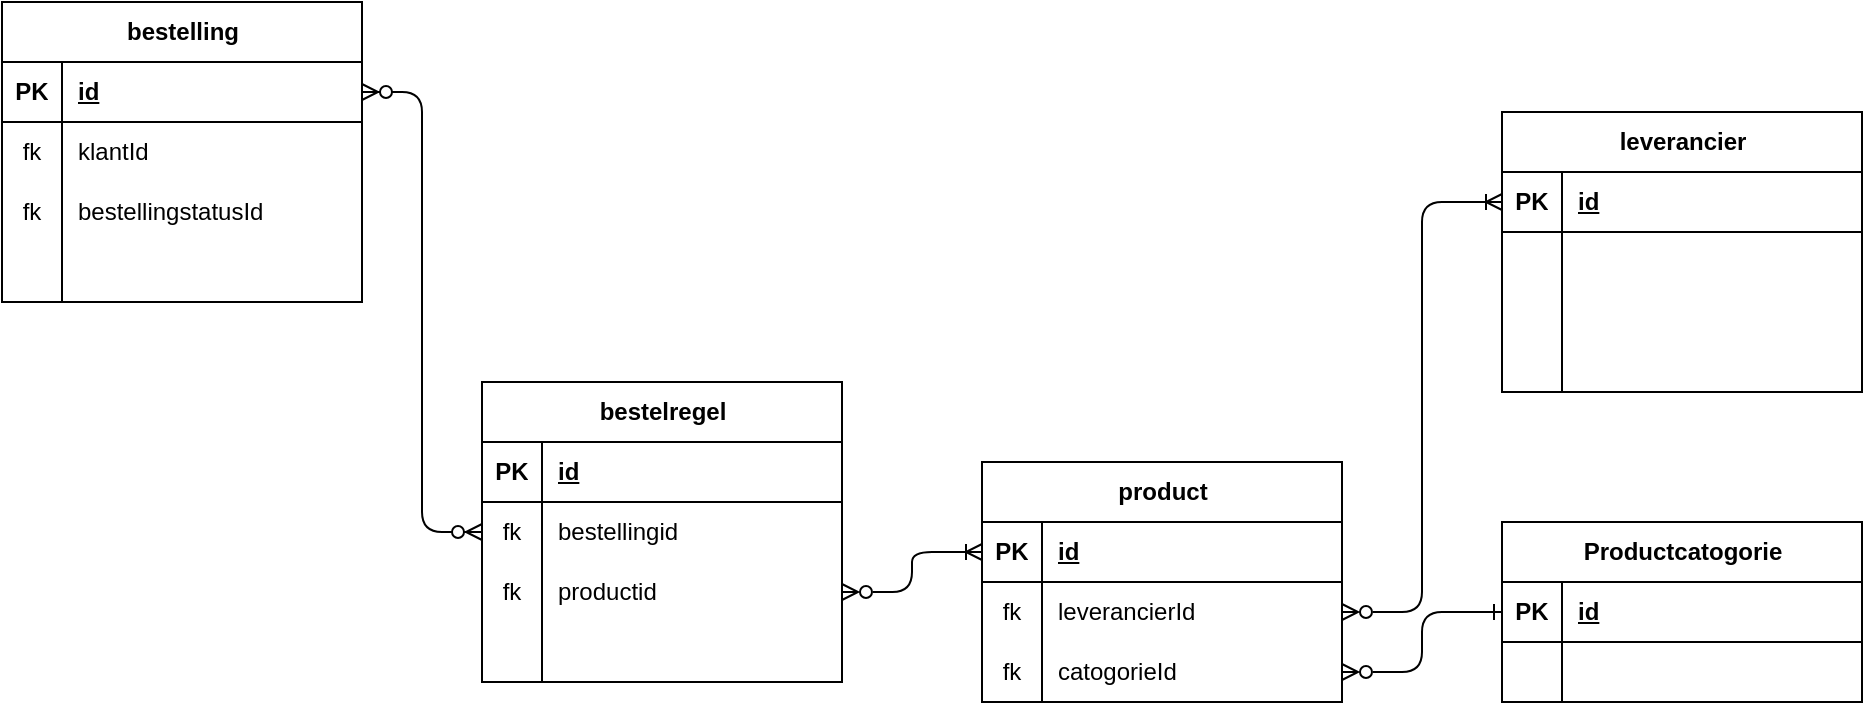
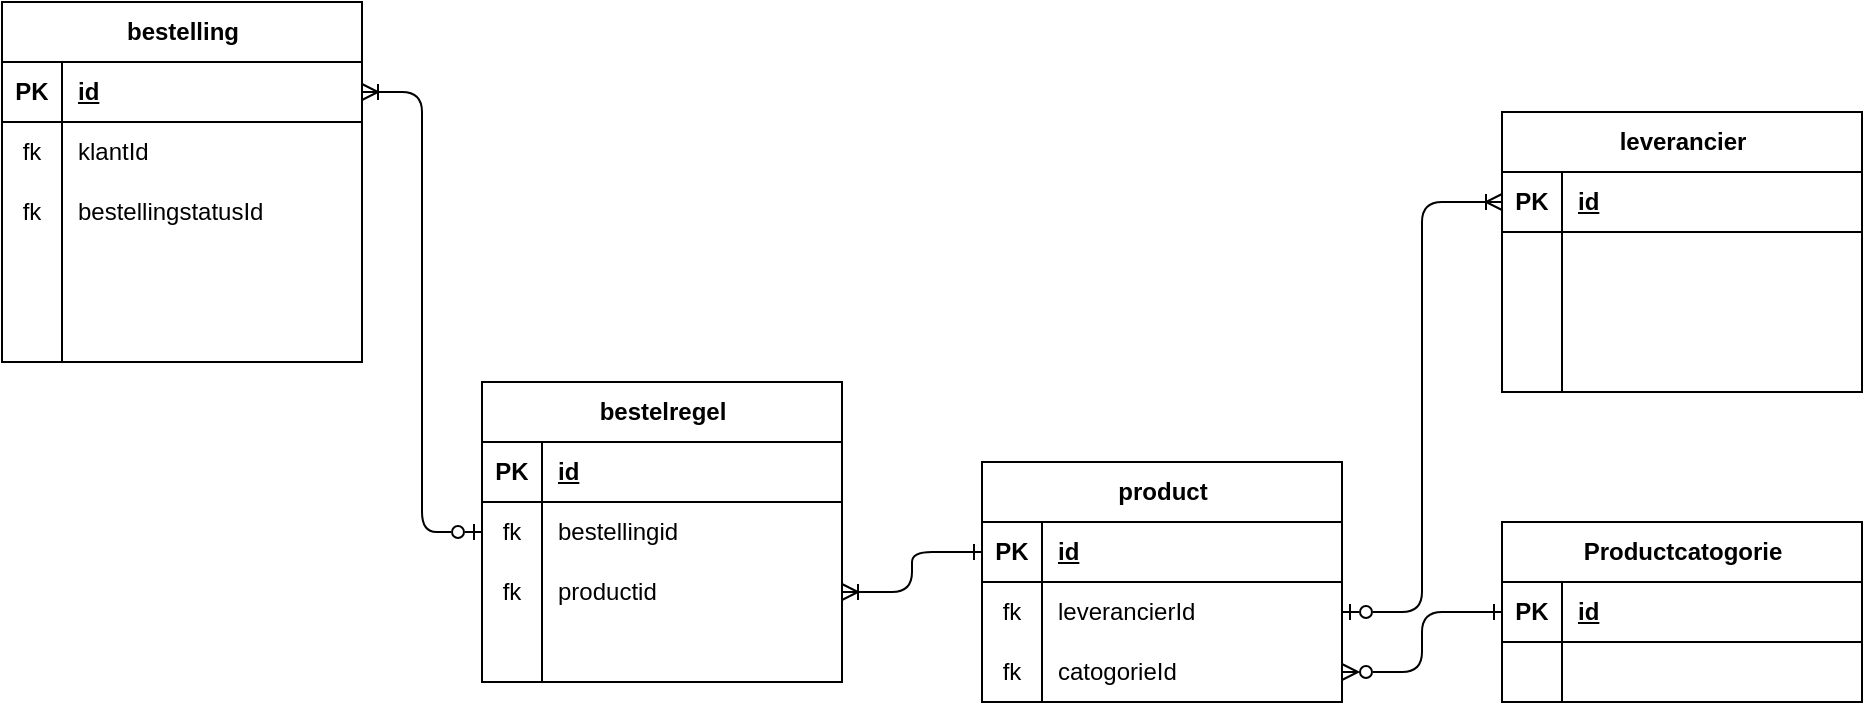
<mxfile host="65bd71144e">
    <diagram id="59lqQl915l9kdk1KjCTN" name="Page-1">
-         <mxGraphModel dx="206" dy="590" grid="1" gridSize="10" guides="1" tooltips="1" connect="1" arrows="1" fold="1" page="1" pageScale="1" pageWidth="850" pageHeight="1100" math="0" shadow="0">
+         <mxGraphModel dx="-137" dy="590" grid="1" gridSize="10" guides="1" tooltips="1" connect="1" arrows="1" fold="1" page="1" pageScale="1" pageWidth="850" pageHeight="1100" math="0" shadow="0">
            <root>
                <mxCell id="0"/>
                <mxCell id="1" parent="0"/>
                <mxCell id="120" value="leverancier" style="shape=table;startSize=30;container=1;collapsible=1;childLayout=tableLayout;fixedRows=1;rowLines=0;fontStyle=1;align=center;resizeLast=1;html=1;" parent="1" vertex="1">
                    <mxGeometry x="1680" y="775" width="180" height="140" as="geometry"/>
                </mxCell>
                <mxCell id="121" value="" style="shape=tableRow;horizontal=0;startSize=0;swimlaneHead=0;swimlaneBody=0;fillColor=none;collapsible=0;dropTarget=0;points=[[0,0.5],[1,0.5]];portConstraint=eastwest;top=0;left=0;right=0;bottom=1;" parent="120" vertex="1">
                    <mxGeometry y="30" width="180" height="30" as="geometry"/>
                </mxCell>
                <mxCell id="122" value="PK" style="shape=partialRectangle;connectable=0;fillColor=none;top=0;left=0;bottom=0;right=0;fontStyle=1;overflow=hidden;whiteSpace=wrap;html=1;" parent="121" vertex="1">
                    <mxGeometry width="30" height="30" as="geometry">
                        <mxRectangle width="30" height="30" as="alternateBounds"/>
                    </mxGeometry>
                </mxCell>
                <mxCell id="123" value="id" style="shape=partialRectangle;connectable=0;fillColor=none;top=0;left=0;bottom=0;right=0;align=left;spacingLeft=6;fontStyle=5;overflow=hidden;whiteSpace=wrap;html=1;" parent="121" vertex="1">
                    <mxGeometry x="30" width="150" height="30" as="geometry">
                        <mxRectangle width="150" height="30" as="alternateBounds"/>
                    </mxGeometry>
                </mxCell>
                <mxCell id="124" value="" style="shape=tableRow;horizontal=0;startSize=0;swimlaneHead=0;swimlaneBody=0;fillColor=none;collapsible=0;dropTarget=0;points=[[0,0.5],[1,0.5]];portConstraint=eastwest;top=0;left=0;right=0;bottom=0;" parent="120" vertex="1">
                    <mxGeometry y="60" width="180" height="30" as="geometry"/>
                </mxCell>
                <mxCell id="125" value="" style="shape=partialRectangle;connectable=0;fillColor=none;top=0;left=0;bottom=0;right=0;editable=1;overflow=hidden;whiteSpace=wrap;html=1;" parent="124" vertex="1">
                    <mxGeometry width="30" height="30" as="geometry">
                        <mxRectangle width="30" height="30" as="alternateBounds"/>
                    </mxGeometry>
                </mxCell>
                <mxCell id="126" value="" style="shape=partialRectangle;connectable=0;fillColor=none;top=0;left=0;bottom=0;right=0;align=left;spacingLeft=6;overflow=hidden;whiteSpace=wrap;html=1;" parent="124" vertex="1">
                    <mxGeometry x="30" width="150" height="30" as="geometry">
                        <mxRectangle width="150" height="30" as="alternateBounds"/>
                    </mxGeometry>
                </mxCell>
                <mxCell id="127" value="" style="shape=tableRow;horizontal=0;startSize=0;swimlaneHead=0;swimlaneBody=0;fillColor=none;collapsible=0;dropTarget=0;points=[[0,0.5],[1,0.5]];portConstraint=eastwest;top=0;left=0;right=0;bottom=0;" parent="120" vertex="1">
                    <mxGeometry y="90" width="180" height="20" as="geometry"/>
                </mxCell>
                <mxCell id="128" value="" style="shape=partialRectangle;connectable=0;fillColor=none;top=0;left=0;bottom=0;right=0;editable=1;overflow=hidden;whiteSpace=wrap;html=1;" parent="127" vertex="1">
                    <mxGeometry width="30" height="20" as="geometry">
                        <mxRectangle width="30" height="20" as="alternateBounds"/>
                    </mxGeometry>
                </mxCell>
                <mxCell id="129" value="" style="shape=partialRectangle;connectable=0;fillColor=none;top=0;left=0;bottom=0;right=0;align=left;spacingLeft=6;overflow=hidden;whiteSpace=wrap;html=1;" parent="127" vertex="1">
                    <mxGeometry x="30" width="150" height="20" as="geometry">
                        <mxRectangle width="150" height="20" as="alternateBounds"/>
                    </mxGeometry>
                </mxCell>
                <mxCell id="130" value="" style="shape=tableRow;horizontal=0;startSize=0;swimlaneHead=0;swimlaneBody=0;fillColor=none;collapsible=0;dropTarget=0;points=[[0,0.5],[1,0.5]];portConstraint=eastwest;top=0;left=0;right=0;bottom=0;" parent="120" vertex="1">
                    <mxGeometry y="110" width="180" height="30" as="geometry"/>
                </mxCell>
                <mxCell id="131" value="" style="shape=partialRectangle;connectable=0;fillColor=none;top=0;left=0;bottom=0;right=0;editable=1;overflow=hidden;whiteSpace=wrap;html=1;" parent="130" vertex="1">
                    <mxGeometry width="30" height="30" as="geometry">
                        <mxRectangle width="30" height="30" as="alternateBounds"/>
                    </mxGeometry>
                </mxCell>
                <mxCell id="132" value="" style="shape=partialRectangle;connectable=0;fillColor=none;top=0;left=0;bottom=0;right=0;align=left;spacingLeft=6;overflow=hidden;whiteSpace=wrap;html=1;" parent="130" vertex="1">
                    <mxGeometry x="30" width="150" height="30" as="geometry">
                        <mxRectangle width="150" height="30" as="alternateBounds"/>
                    </mxGeometry>
                </mxCell>
                <mxCell id="133" value="Productcatogorie" style="shape=table;startSize=30;container=1;collapsible=1;childLayout=tableLayout;fixedRows=1;rowLines=0;fontStyle=1;align=center;resizeLast=1;html=1;" parent="1" vertex="1">
                    <mxGeometry x="1680" y="980" width="180" height="90" as="geometry"/>
                </mxCell>
                <mxCell id="134" value="" style="shape=tableRow;horizontal=0;startSize=0;swimlaneHead=0;swimlaneBody=0;fillColor=none;collapsible=0;dropTarget=0;points=[[0,0.5],[1,0.5]];portConstraint=eastwest;top=0;left=0;right=0;bottom=1;" parent="133" vertex="1">
                    <mxGeometry y="30" width="180" height="30" as="geometry"/>
                </mxCell>
                <mxCell id="135" value="PK" style="shape=partialRectangle;connectable=0;fillColor=none;top=0;left=0;bottom=0;right=0;fontStyle=1;overflow=hidden;whiteSpace=wrap;html=1;" parent="134" vertex="1">
                    <mxGeometry width="30" height="30" as="geometry">
                        <mxRectangle width="30" height="30" as="alternateBounds"/>
                    </mxGeometry>
                </mxCell>
                <mxCell id="136" value="id" style="shape=partialRectangle;connectable=0;fillColor=none;top=0;left=0;bottom=0;right=0;align=left;spacingLeft=6;fontStyle=5;overflow=hidden;whiteSpace=wrap;html=1;" parent="134" vertex="1">
                    <mxGeometry x="30" width="150" height="30" as="geometry">
                        <mxRectangle width="150" height="30" as="alternateBounds"/>
                    </mxGeometry>
                </mxCell>
                <mxCell id="137" value="" style="shape=tableRow;horizontal=0;startSize=0;swimlaneHead=0;swimlaneBody=0;fillColor=none;collapsible=0;dropTarget=0;points=[[0,0.5],[1,0.5]];portConstraint=eastwest;top=0;left=0;right=0;bottom=0;" parent="133" vertex="1">
                    <mxGeometry y="60" width="180" height="30" as="geometry"/>
                </mxCell>
                <mxCell id="138" value="" style="shape=partialRectangle;connectable=0;fillColor=none;top=0;left=0;bottom=0;right=0;editable=1;overflow=hidden;whiteSpace=wrap;html=1;" parent="137" vertex="1">
                    <mxGeometry width="30" height="30" as="geometry">
                        <mxRectangle width="30" height="30" as="alternateBounds"/>
                    </mxGeometry>
                </mxCell>
                <mxCell id="139" value="" style="shape=partialRectangle;connectable=0;fillColor=none;top=0;left=0;bottom=0;right=0;align=left;spacingLeft=6;overflow=hidden;whiteSpace=wrap;html=1;" parent="137" vertex="1">
                    <mxGeometry x="30" width="150" height="30" as="geometry">
                        <mxRectangle width="150" height="30" as="alternateBounds"/>
                    </mxGeometry>
                </mxCell>
                <mxCell id="140" value="product" style="shape=table;startSize=30;container=1;collapsible=1;childLayout=tableLayout;fixedRows=1;rowLines=0;fontStyle=1;align=center;resizeLast=1;html=1;" parent="1" vertex="1">
                    <mxGeometry x="1420" y="950" width="180" height="120" as="geometry"/>
                </mxCell>
                <mxCell id="141" value="" style="shape=tableRow;horizontal=0;startSize=0;swimlaneHead=0;swimlaneBody=0;fillColor=none;collapsible=0;dropTarget=0;points=[[0,0.5],[1,0.5]];portConstraint=eastwest;top=0;left=0;right=0;bottom=1;" parent="140" vertex="1">
                    <mxGeometry y="30" width="180" height="30" as="geometry"/>
                </mxCell>
                <mxCell id="142" value="PK" style="shape=partialRectangle;connectable=0;fillColor=none;top=0;left=0;bottom=0;right=0;fontStyle=1;overflow=hidden;whiteSpace=wrap;html=1;" parent="141" vertex="1">
                    <mxGeometry width="30" height="30" as="geometry">
                        <mxRectangle width="30" height="30" as="alternateBounds"/>
                    </mxGeometry>
                </mxCell>
                <mxCell id="143" value="id" style="shape=partialRectangle;connectable=0;fillColor=none;top=0;left=0;bottom=0;right=0;align=left;spacingLeft=6;fontStyle=5;overflow=hidden;whiteSpace=wrap;html=1;" parent="141" vertex="1">
                    <mxGeometry x="30" width="150" height="30" as="geometry">
                        <mxRectangle width="150" height="30" as="alternateBounds"/>
                    </mxGeometry>
                </mxCell>
                <mxCell id="144" value="" style="shape=tableRow;horizontal=0;startSize=0;swimlaneHead=0;swimlaneBody=0;fillColor=none;collapsible=0;dropTarget=0;points=[[0,0.5],[1,0.5]];portConstraint=eastwest;top=0;left=0;right=0;bottom=0;" parent="140" vertex="1">
                    <mxGeometry y="60" width="180" height="30" as="geometry"/>
                </mxCell>
                <mxCell id="145" value="fk" style="shape=partialRectangle;connectable=0;fillColor=none;top=0;left=0;bottom=0;right=0;editable=1;overflow=hidden;whiteSpace=wrap;html=1;" parent="144" vertex="1">
                    <mxGeometry width="30" height="30" as="geometry">
                        <mxRectangle width="30" height="30" as="alternateBounds"/>
                    </mxGeometry>
                </mxCell>
                <mxCell id="146" value="leverancierId" style="shape=partialRectangle;connectable=0;fillColor=none;top=0;left=0;bottom=0;right=0;align=left;spacingLeft=6;overflow=hidden;whiteSpace=wrap;html=1;" parent="144" vertex="1">
                    <mxGeometry x="30" width="150" height="30" as="geometry">
                        <mxRectangle width="150" height="30" as="alternateBounds"/>
                    </mxGeometry>
                </mxCell>
                <mxCell id="147" value="" style="shape=tableRow;horizontal=0;startSize=0;swimlaneHead=0;swimlaneBody=0;fillColor=none;collapsible=0;dropTarget=0;points=[[0,0.5],[1,0.5]];portConstraint=eastwest;top=0;left=0;right=0;bottom=0;" parent="140" vertex="1">
                    <mxGeometry y="90" width="180" height="30" as="geometry"/>
                </mxCell>
                <mxCell id="148" value="fk" style="shape=partialRectangle;connectable=0;fillColor=none;top=0;left=0;bottom=0;right=0;editable=1;overflow=hidden;whiteSpace=wrap;html=1;" parent="147" vertex="1">
                    <mxGeometry width="30" height="30" as="geometry">
                        <mxRectangle width="30" height="30" as="alternateBounds"/>
                    </mxGeometry>
                </mxCell>
                <mxCell id="149" value="catogorieId" style="shape=partialRectangle;connectable=0;fillColor=none;top=0;left=0;bottom=0;right=0;align=left;spacingLeft=6;overflow=hidden;whiteSpace=wrap;html=1;" parent="147" vertex="1">
                    <mxGeometry x="30" width="150" height="30" as="geometry">
                        <mxRectangle width="150" height="30" as="alternateBounds"/>
                    </mxGeometry>
                </mxCell>
                <mxCell id="163" value="bestelregel" style="shape=table;startSize=30;container=1;collapsible=1;childLayout=tableLayout;fixedRows=1;rowLines=0;fontStyle=1;align=center;resizeLast=1;html=1;" parent="1" vertex="1">
                    <mxGeometry x="1170" y="910" width="180" height="150" as="geometry"/>
                </mxCell>
                <mxCell id="164" value="" style="shape=tableRow;horizontal=0;startSize=0;swimlaneHead=0;swimlaneBody=0;fillColor=none;collapsible=0;dropTarget=0;points=[[0,0.5],[1,0.5]];portConstraint=eastwest;top=0;left=0;right=0;bottom=1;" parent="163" vertex="1">
                    <mxGeometry y="30" width="180" height="30" as="geometry"/>
                </mxCell>
                <mxCell id="165" value="PK" style="shape=partialRectangle;connectable=0;fillColor=none;top=0;left=0;bottom=0;right=0;fontStyle=1;overflow=hidden;whiteSpace=wrap;html=1;" parent="164" vertex="1">
                    <mxGeometry width="30" height="30" as="geometry">
                        <mxRectangle width="30" height="30" as="alternateBounds"/>
                    </mxGeometry>
                </mxCell>
                <mxCell id="166" value="id" style="shape=partialRectangle;connectable=0;fillColor=none;top=0;left=0;bottom=0;right=0;align=left;spacingLeft=6;fontStyle=5;overflow=hidden;whiteSpace=wrap;html=1;" parent="164" vertex="1">
                    <mxGeometry x="30" width="150" height="30" as="geometry">
                        <mxRectangle width="150" height="30" as="alternateBounds"/>
                    </mxGeometry>
                </mxCell>
                <mxCell id="167" value="" style="shape=tableRow;horizontal=0;startSize=0;swimlaneHead=0;swimlaneBody=0;fillColor=none;collapsible=0;dropTarget=0;points=[[0,0.5],[1,0.5]];portConstraint=eastwest;top=0;left=0;right=0;bottom=0;" parent="163" vertex="1">
                    <mxGeometry y="60" width="180" height="30" as="geometry"/>
                </mxCell>
                <mxCell id="168" value="fk" style="shape=partialRectangle;connectable=0;fillColor=none;top=0;left=0;bottom=0;right=0;editable=1;overflow=hidden;whiteSpace=wrap;html=1;" parent="167" vertex="1">
                    <mxGeometry width="30" height="30" as="geometry">
                        <mxRectangle width="30" height="30" as="alternateBounds"/>
                    </mxGeometry>
                </mxCell>
                <mxCell id="169" value="bestellingid" style="shape=partialRectangle;connectable=0;fillColor=none;top=0;left=0;bottom=0;right=0;align=left;spacingLeft=6;overflow=hidden;whiteSpace=wrap;html=1;" parent="167" vertex="1">
                    <mxGeometry x="30" width="150" height="30" as="geometry">
                        <mxRectangle width="150" height="30" as="alternateBounds"/>
                    </mxGeometry>
                </mxCell>
                <mxCell id="170" value="" style="shape=tableRow;horizontal=0;startSize=0;swimlaneHead=0;swimlaneBody=0;fillColor=none;collapsible=0;dropTarget=0;points=[[0,0.5],[1,0.5]];portConstraint=eastwest;top=0;left=0;right=0;bottom=0;" parent="163" vertex="1">
                    <mxGeometry y="90" width="180" height="30" as="geometry"/>
                </mxCell>
                <mxCell id="171" value="fk" style="shape=partialRectangle;connectable=0;fillColor=none;top=0;left=0;bottom=0;right=0;editable=1;overflow=hidden;whiteSpace=wrap;html=1;" parent="170" vertex="1">
                    <mxGeometry width="30" height="30" as="geometry">
                        <mxRectangle width="30" height="30" as="alternateBounds"/>
                    </mxGeometry>
                </mxCell>
                <mxCell id="172" value="productid" style="shape=partialRectangle;connectable=0;fillColor=none;top=0;left=0;bottom=0;right=0;align=left;spacingLeft=6;overflow=hidden;whiteSpace=wrap;html=1;" parent="170" vertex="1">
                    <mxGeometry x="30" width="150" height="30" as="geometry">
                        <mxRectangle width="150" height="30" as="alternateBounds"/>
                    </mxGeometry>
                </mxCell>
                <mxCell id="173" value="" style="shape=tableRow;horizontal=0;startSize=0;swimlaneHead=0;swimlaneBody=0;fillColor=none;collapsible=0;dropTarget=0;points=[[0,0.5],[1,0.5]];portConstraint=eastwest;top=0;left=0;right=0;bottom=0;" parent="163" vertex="1">
                    <mxGeometry y="120" width="180" height="30" as="geometry"/>
                </mxCell>
                <mxCell id="174" value="" style="shape=partialRectangle;connectable=0;fillColor=none;top=0;left=0;bottom=0;right=0;editable=1;overflow=hidden;whiteSpace=wrap;html=1;" parent="173" vertex="1">
                    <mxGeometry width="30" height="30" as="geometry">
                        <mxRectangle width="30" height="30" as="alternateBounds"/>
                    </mxGeometry>
                </mxCell>
                <mxCell id="175" value="" style="shape=partialRectangle;connectable=0;fillColor=none;top=0;left=0;bottom=0;right=0;align=left;spacingLeft=6;overflow=hidden;whiteSpace=wrap;html=1;" parent="173" vertex="1">
                    <mxGeometry x="30" width="150" height="30" as="geometry">
                        <mxRectangle width="150" height="30" as="alternateBounds"/>
                    </mxGeometry>
                </mxCell>
                <mxCell id="218" value="bestelling" style="shape=table;startSize=30;container=1;collapsible=1;childLayout=tableLayout;fixedRows=1;rowLines=0;fontStyle=1;align=center;resizeLast=1;html=1;" parent="1" vertex="1">
-                     <mxGeometry x="930" y="720" width="180" height="150" as="geometry"/>
+                     <mxGeometry x="930" y="720" width="180" height="180" as="geometry"/>
                </mxCell>
                <mxCell id="219" value="" style="shape=tableRow;horizontal=0;startSize=0;swimlaneHead=0;swimlaneBody=0;fillColor=none;collapsible=0;dropTarget=0;points=[[0,0.5],[1,0.5]];portConstraint=eastwest;top=0;left=0;right=0;bottom=1;" parent="218" vertex="1">
                    <mxGeometry y="30" width="180" height="30" as="geometry"/>
                </mxCell>
                <mxCell id="220" value="PK" style="shape=partialRectangle;connectable=0;fillColor=none;top=0;left=0;bottom=0;right=0;fontStyle=1;overflow=hidden;whiteSpace=wrap;html=1;" parent="219" vertex="1">
                    <mxGeometry width="30" height="30" as="geometry">
                        <mxRectangle width="30" height="30" as="alternateBounds"/>
                    </mxGeometry>
                </mxCell>
                <mxCell id="221" value="id" style="shape=partialRectangle;connectable=0;fillColor=none;top=0;left=0;bottom=0;right=0;align=left;spacingLeft=6;fontStyle=5;overflow=hidden;whiteSpace=wrap;html=1;" parent="219" vertex="1">
                    <mxGeometry x="30" width="150" height="30" as="geometry">
                        <mxRectangle width="150" height="30" as="alternateBounds"/>
                    </mxGeometry>
                </mxCell>
                <mxCell id="222" value="" style="shape=tableRow;horizontal=0;startSize=0;swimlaneHead=0;swimlaneBody=0;fillColor=none;collapsible=0;dropTarget=0;points=[[0,0.5],[1,0.5]];portConstraint=eastwest;top=0;left=0;right=0;bottom=0;" parent="218" vertex="1">
                    <mxGeometry y="60" width="180" height="30" as="geometry"/>
                </mxCell>
                <mxCell id="223" value="fk" style="shape=partialRectangle;connectable=0;fillColor=none;top=0;left=0;bottom=0;right=0;editable=1;overflow=hidden;whiteSpace=wrap;html=1;" parent="222" vertex="1">
                    <mxGeometry width="30" height="30" as="geometry">
                        <mxRectangle width="30" height="30" as="alternateBounds"/>
                    </mxGeometry>
                </mxCell>
                <mxCell id="224" value="klantId" style="shape=partialRectangle;connectable=0;fillColor=none;top=0;left=0;bottom=0;right=0;align=left;spacingLeft=6;overflow=hidden;whiteSpace=wrap;html=1;" parent="222" vertex="1">
                    <mxGeometry x="30" width="150" height="30" as="geometry">
                        <mxRectangle width="150" height="30" as="alternateBounds"/>
                    </mxGeometry>
                </mxCell>
                <mxCell id="225" value="" style="shape=tableRow;horizontal=0;startSize=0;swimlaneHead=0;swimlaneBody=0;fillColor=none;collapsible=0;dropTarget=0;points=[[0,0.5],[1,0.5]];portConstraint=eastwest;top=0;left=0;right=0;bottom=0;" parent="218" vertex="1">
                    <mxGeometry y="90" width="180" height="30" as="geometry"/>
                </mxCell>
                <mxCell id="226" value="fk" style="shape=partialRectangle;connectable=0;fillColor=none;top=0;left=0;bottom=0;right=0;editable=1;overflow=hidden;whiteSpace=wrap;html=1;" parent="225" vertex="1">
                    <mxGeometry width="30" height="30" as="geometry">
                        <mxRectangle width="30" height="30" as="alternateBounds"/>
                    </mxGeometry>
                </mxCell>
                <mxCell id="227" value="bestellingstatusId" style="shape=partialRectangle;connectable=0;fillColor=none;top=0;left=0;bottom=0;right=0;align=left;spacingLeft=6;overflow=hidden;whiteSpace=wrap;html=1;" parent="225" vertex="1">
                    <mxGeometry x="30" width="150" height="30" as="geometry">
                        <mxRectangle width="150" height="30" as="alternateBounds"/>
                    </mxGeometry>
                </mxCell>
                <mxCell id="228" value="" style="shape=tableRow;horizontal=0;startSize=0;swimlaneHead=0;swimlaneBody=0;fillColor=none;collapsible=0;dropTarget=0;points=[[0,0.5],[1,0.5]];portConstraint=eastwest;top=0;left=0;right=0;bottom=0;" parent="218" vertex="1">
                    <mxGeometry y="120" width="180" height="30" as="geometry"/>
                </mxCell>
                <mxCell id="229" value="" style="shape=partialRectangle;connectable=0;fillColor=none;top=0;left=0;bottom=0;right=0;editable=1;overflow=hidden;whiteSpace=wrap;html=1;" parent="228" vertex="1">
                    <mxGeometry width="30" height="30" as="geometry">
                        <mxRectangle width="30" height="30" as="alternateBounds"/>
                    </mxGeometry>
                </mxCell>
                <mxCell id="230" value="" style="shape=partialRectangle;connectable=0;fillColor=none;top=0;left=0;bottom=0;right=0;align=left;spacingLeft=6;overflow=hidden;whiteSpace=wrap;html=1;" parent="228" vertex="1">
                    <mxGeometry x="30" width="150" height="30" as="geometry">
                        <mxRectangle width="150" height="30" as="alternateBounds"/>
                    </mxGeometry>
                </mxCell>
-                 <mxCell id="261" value="" style="edgeStyle=orthogonalEdgeStyle;fontSize=12;html=1;endArrow=ERzeroToMany;endFill=1;startArrow=ERzeroToMany;exitX=0;exitY=0.5;exitDx=0;exitDy=0;entryX=1;entryY=0.5;entryDx=0;entryDy=0;" parent="1" source="167" target="219" edge="1">
+                 <mxCell id="265" value="" style="shape=tableRow;horizontal=0;startSize=0;swimlaneHead=0;swimlaneBody=0;fillColor=none;collapsible=0;dropTarget=0;points=[[0,0.5],[1,0.5]];portConstraint=eastwest;top=0;left=0;right=0;bottom=0;" vertex="1" parent="218">
+                     <mxGeometry y="150" width="180" height="30" as="geometry"/>
+                 </mxCell>
+                 <mxCell id="266" value="" style="shape=partialRectangle;connectable=0;fillColor=none;top=0;left=0;bottom=0;right=0;editable=1;overflow=hidden;whiteSpace=wrap;html=1;" vertex="1" parent="265">
+                     <mxGeometry width="30" height="30" as="geometry">
+                         <mxRectangle width="30" height="30" as="alternateBounds"/>
+                     </mxGeometry>
+                 </mxCell>
+                 <mxCell id="267" value="" style="shape=partialRectangle;connectable=0;fillColor=none;top=0;left=0;bottom=0;right=0;align=left;spacingLeft=6;overflow=hidden;whiteSpace=wrap;html=1;" vertex="1" parent="265">
+                     <mxGeometry x="30" width="150" height="30" as="geometry">
+                         <mxRectangle width="150" height="30" as="alternateBounds"/>
+                     </mxGeometry>
+                 </mxCell>
+                 <mxCell id="261" value="" style="edgeStyle=orthogonalEdgeStyle;fontSize=12;html=1;endArrow=ERoneToMany;endFill=0;startArrow=ERzeroToOne;exitX=0;exitY=0.5;exitDx=0;exitDy=0;entryX=1;entryY=0.5;entryDx=0;entryDy=0;startFill=0;" parent="1" source="167" target="219" edge="1">
                    <mxGeometry width="100" height="100" relative="1" as="geometry">
                        <mxPoint x="1040" y="950" as="sourcePoint"/>
                        <mxPoint x="1140" y="850" as="targetPoint"/>
                    </mxGeometry>
                </mxCell>
-                 <mxCell id="262" value="" style="edgeStyle=orthogonalEdgeStyle;fontSize=12;html=1;endArrow=ERoneToMany;startArrow=ERzeroToMany;entryX=0;entryY=0.5;entryDx=0;entryDy=0;exitX=1;exitY=0.5;exitDx=0;exitDy=0;startFill=0;" parent="1" source="170" target="141" edge="1">
+                 <mxCell id="262" value="" style="edgeStyle=orthogonalEdgeStyle;fontSize=12;html=1;endArrow=ERone;startArrow=ERoneToMany;entryX=0;entryY=0.5;entryDx=0;entryDy=0;exitX=1;exitY=0.5;exitDx=0;exitDy=0;startFill=0;endFill=0;" parent="1" source="170" target="141" edge="1">
                    <mxGeometry width="100" height="100" relative="1" as="geometry">
                        <mxPoint x="1370" y="1120" as="sourcePoint"/>
                        <mxPoint x="1470" y="1020" as="targetPoint"/>
                    </mxGeometry>
                </mxCell>
                <mxCell id="263" value="" style="edgeStyle=orthogonalEdgeStyle;fontSize=12;html=1;endArrow=ERzeroToMany;startArrow=ERone;exitX=0;exitY=0.5;exitDx=0;exitDy=0;startFill=0;endFill=0;" parent="1" source="134" target="147" edge="1">
                    <mxGeometry width="100" height="100" relative="1" as="geometry">
                        <mxPoint x="1360" y="1025" as="sourcePoint"/>
                        <mxPoint x="1430" y="1005" as="targetPoint"/>
                    </mxGeometry>
                </mxCell>
-                 <mxCell id="264" value="" style="edgeStyle=orthogonalEdgeStyle;fontSize=12;html=1;endArrow=ERoneToMany;endFill=0;entryX=0;entryY=0.5;entryDx=0;entryDy=0;exitX=1;exitY=0.5;exitDx=0;exitDy=0;startArrow=ERzeroToMany;startFill=0;" parent="1" source="144" target="121" edge="1">
+                 <mxCell id="264" value="" style="edgeStyle=orthogonalEdgeStyle;fontSize=12;html=1;endArrow=ERoneToMany;endFill=0;entryX=0;entryY=0.5;entryDx=0;entryDy=0;exitX=1;exitY=0.5;exitDx=0;exitDy=0;startArrow=ERzeroToOne;startFill=0;" parent="1" source="144" target="121" edge="1">
                    <mxGeometry width="100" height="100" relative="1" as="geometry">
                        <mxPoint x="1310" y="1170" as="sourcePoint"/>
                        <mxPoint x="1410" y="1070" as="targetPoint"/>
                    </mxGeometry>
                </mxCell>
            </root>
        </mxGraphModel>
    </diagram>
</mxfile>